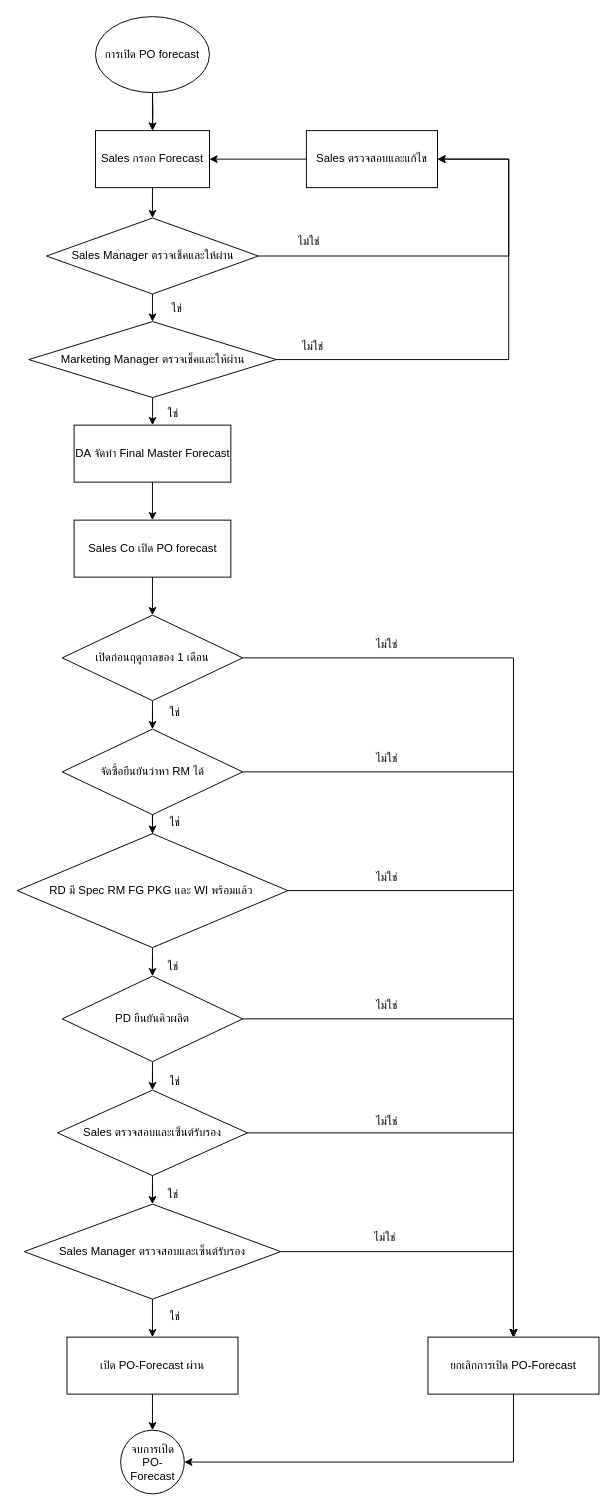
Earlier version of the draw.io diagram Untitled Diagram.drawio (KitakanWiset/skills-introduction-to-github). Source tidied: cells renumbered, new cells numbered last; positions are measured from the earlier drawing's top-left corner, leaving out a move shared by most shapes. Both pictures are drawn from the tidied source at 95%, with x=0, y=0 at pixel (17, 16).
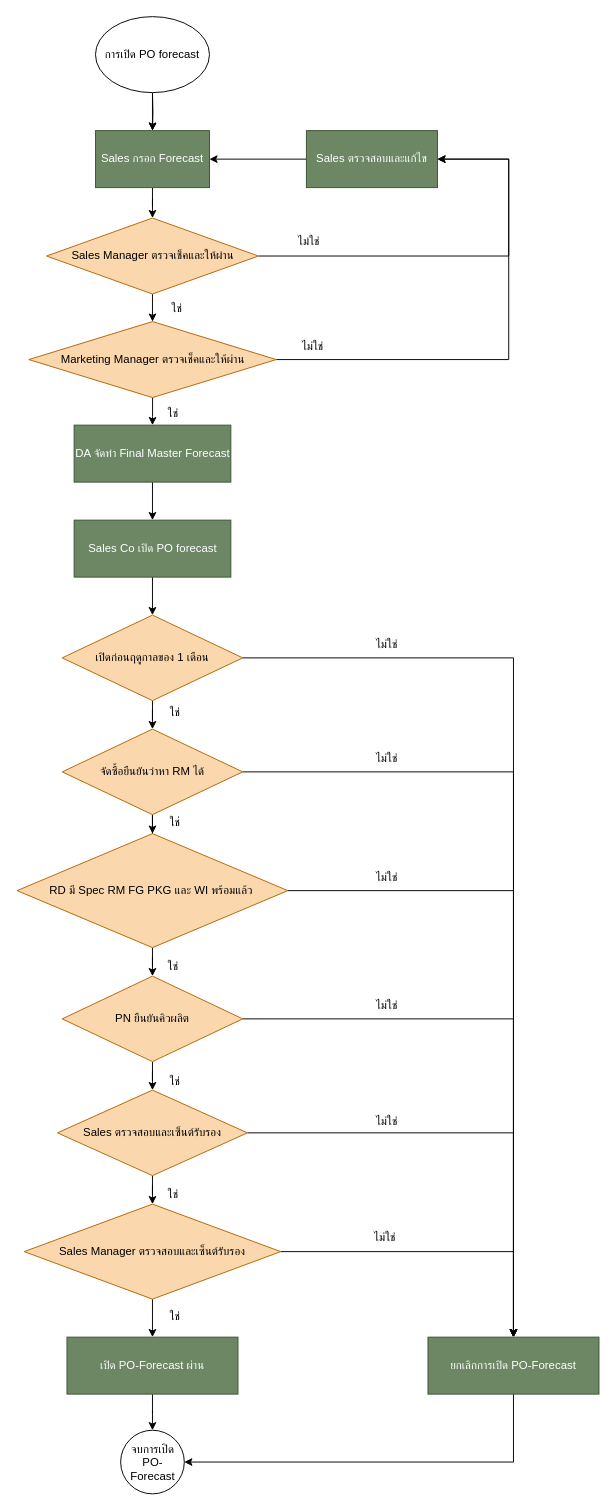
Above is the later version.

The edit, as a diff of the source:
```diff
@@
-    <mxCell id="4" value="Sales กรอก Forecast" style="rounded=0;whiteSpace=wrap;html=1;" parent="1" vertex="1">
+    <mxCell id="4" value="Sales กรอก Forecast" style="rounded=0;whiteSpace=wrap;html=1;fillColor=#6d8764;fontColor=#ffffff;strokeColor=#3A5431;" parent="1" vertex="1">
       <mxGeometry x="82" y="120" width="120" height="60" as="geometry" />
     </mxCell>
@@
-    <mxCell id="6" value="DA จัดทำ Final Master Forecast" style="rounded=0;whiteSpace=wrap;html=1;" parent="1" vertex="1">
+    <mxCell id="6" value="DA จัดทำ Final Master Forecast" style="rounded=0;whiteSpace=wrap;html=1;fillColor=#6d8764;fontColor=#ffffff;strokeColor=#3A5431;" parent="1" vertex="1">
       <mxGeometry x="59.5" y="430" width="165" height="60" as="geometry" />
     </mxCell>
@@
-    <mxCell id="8" value="Sales Co เปิด PO forecast" style="rounded=0;whiteSpace=wrap;html=1;" parent="1" vertex="1">
+    <mxCell id="8" value="Sales Co เปิด PO forecast" style="rounded=0;whiteSpace=wrap;html=1;fillColor=#6d8764;fontColor=#ffffff;strokeColor=#3A5431;" parent="1" vertex="1">
       <mxGeometry x="59.5" y="530" width="165" height="60" as="geometry" />
     </mxCell>
@@
-    <mxCell id="11" value="เปิดก่อนฤดูกาลของ 1 เดือน" style="rhombus;whiteSpace=wrap;html=1;" parent="1" vertex="1">
+    <mxCell id="11" value="เปิดก่อนฤดูกาลของ 1 เดือน" style="rhombus;whiteSpace=wrap;html=1;fillColor=#fad7ac;strokeColor=#b46504;" parent="1" vertex="1">
       <mxGeometry x="47" y="630" width="190" height="90" as="geometry" />
     </mxCell>
@@
-    <mxCell id="17" value="จัดซื้อยืนยันว่าหา RM ได้" style="rhombus;whiteSpace=wrap;html=1;" parent="1" vertex="1">
+    <mxCell id="17" value="จัดซื้อยืนยันว่าหา RM ได้" style="rhombus;whiteSpace=wrap;html=1;fillColor=#fad7ac;strokeColor=#b46504;" parent="1" vertex="1">
       <mxGeometry x="47" y="750" width="190" height="90" as="geometry" />
     </mxCell>
@@
-    <mxCell id="20" value="RD มี Spec RM FG PKG และ WI พร้อมแล้ว&amp;nbsp;" style="rhombus;whiteSpace=wrap;html=1;" parent="1" vertex="1">
+    <mxCell id="20" value="RD มี Spec RM FG PKG และ WI พร้อมแล้ว&amp;nbsp;" style="rhombus;whiteSpace=wrap;html=1;fillColor=#fad7ac;strokeColor=#b46504;" parent="1" vertex="1">
       <mxGeometry x="-0.5" y="860" width="285" height="120" as="geometry" />
     </mxCell>
@@
-    <mxCell id="23" value="PD ยืนยันคิวผลิต" style="rhombus;whiteSpace=wrap;html=1;" parent="1" vertex="1">
+    <mxCell id="23" value="PN ยืนยันคิวผลิต" style="rhombus;whiteSpace=wrap;html=1;fillColor=#fad7ac;strokeColor=#b46504;" parent="1" vertex="1">
       <mxGeometry x="47" y="1010" width="190" height="90" as="geometry" />
     </mxCell>
@@
-    <mxCell id="25" value="ยกเลิกการเปิด PO-Forecast" style="rounded=0;whiteSpace=wrap;html=1;" parent="1" vertex="1">
+    <mxCell id="25" value="ยกเลิกการเปิด PO-Forecast" style="rounded=0;whiteSpace=wrap;html=1;fillColor=#6d8764;fontColor=#ffffff;strokeColor=#3A5431;" parent="1" vertex="1">
       <mxGeometry x="432" y="1390" width="180" height="60" as="geometry" />
     </mxCell>
@@
-    <mxCell id="28" value="Sales ตรวจสอบและเซ็นต์รับรอง" style="rhombus;whiteSpace=wrap;html=1;" parent="1" vertex="1">
+    <mxCell id="28" value="Sales ตรวจสอบและเซ็นต์รับรอง" style="rhombus;whiteSpace=wrap;html=1;fillColor=#fad7ac;strokeColor=#b46504;" parent="1" vertex="1">
       <mxGeometry x="42" y="1130" width="200" height="90" as="geometry" />
     </mxCell>
@@
-    <mxCell id="31" value="Sales Manager ตรวจสอบและเซ็นต์รับรอง" style="rhombus;whiteSpace=wrap;html=1;" parent="1" vertex="1">
+    <mxCell id="31" value="Sales Manager ตรวจสอบและเซ็นต์รับรอง" style="rhombus;whiteSpace=wrap;html=1;fillColor=#fad7ac;strokeColor=#b46504;" parent="1" vertex="1">
       <mxGeometry x="7" y="1250" width="270" height="100" as="geometry" />
     </mxCell>
@@
-    <mxCell id="33" value="เปิด PO-Forecast ผ่าน" style="rounded=0;whiteSpace=wrap;html=1;" parent="1" vertex="1">
+    <mxCell id="33" value="เปิด PO-Forecast ผ่าน" style="rounded=0;whiteSpace=wrap;html=1;fillColor=#6d8764;fontColor=#ffffff;strokeColor=#3A5431;" parent="1" vertex="1">
       <mxGeometry x="52" y="1390" width="180" height="60" as="geometry" />
     </mxCell>
@@
-    <mxCell id="48" value="Sales Manager ตรวจเช็คและให้ผ่าน" style="rhombus;whiteSpace=wrap;html=1;" parent="1" vertex="1">
+    <mxCell id="48" value="Sales Manager ตรวจเช็คและให้ผ่าน" style="rhombus;whiteSpace=wrap;html=1;fillColor=#fad7ac;strokeColor=#b46504;" parent="1" vertex="1">
       <mxGeometry x="30.5" y="212" width="223" height="80" as="geometry" />
     </mxCell>
@@
-    <mxCell id="51" value="Marketing Manager ตรวจเช็คและให้ผ่าน" style="rhombus;whiteSpace=wrap;html=1;" parent="1" vertex="1">
+    <mxCell id="51" value="Marketing Manager ตรวจเช็คและให้ผ่าน" style="rhombus;whiteSpace=wrap;html=1;fillColor=#fad7ac;strokeColor=#b46504;" parent="1" vertex="1">
       <mxGeometry x="11.8" y="321" width="260.5" height="80" as="geometry" />
     </mxCell>
@@
-    <mxCell id="57" value="Sales ตรวจสอบและแก้ไข" style="rounded=0;whiteSpace=wrap;html=1;" parent="1" vertex="1">
+    <mxCell id="57" value="Sales ตรวจสอบและแก้ไข" style="rounded=0;whiteSpace=wrap;html=1;fillColor=#6d8764;fontColor=#ffffff;strokeColor=#3A5431;" parent="1" vertex="1">
       <mxGeometry x="304" y="120" width="138" height="60" as="geometry" />
     </mxCell>
```
